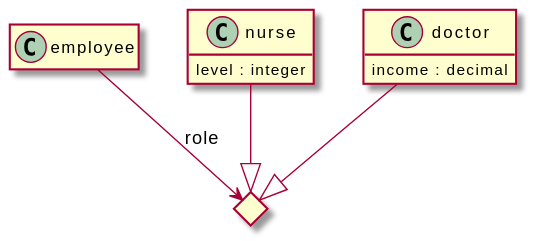
Above: src/docs/tests/any-of-property-level.puml.svg in davidmoten/openapi-to-plantuml (PlantUML), before the change.
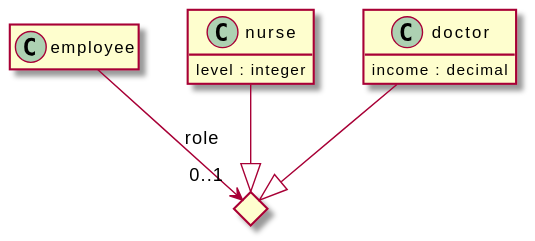
After the commit.

What changed in the source:
```diff
@@ -19,7 +19,7 @@
 
 diamond anon1
 
-"employee" --> "anon1" : "role"
+"employee" -->"0..1" "anon1" : "role"
 
 "doctor" --|> "anon1"
 
```
